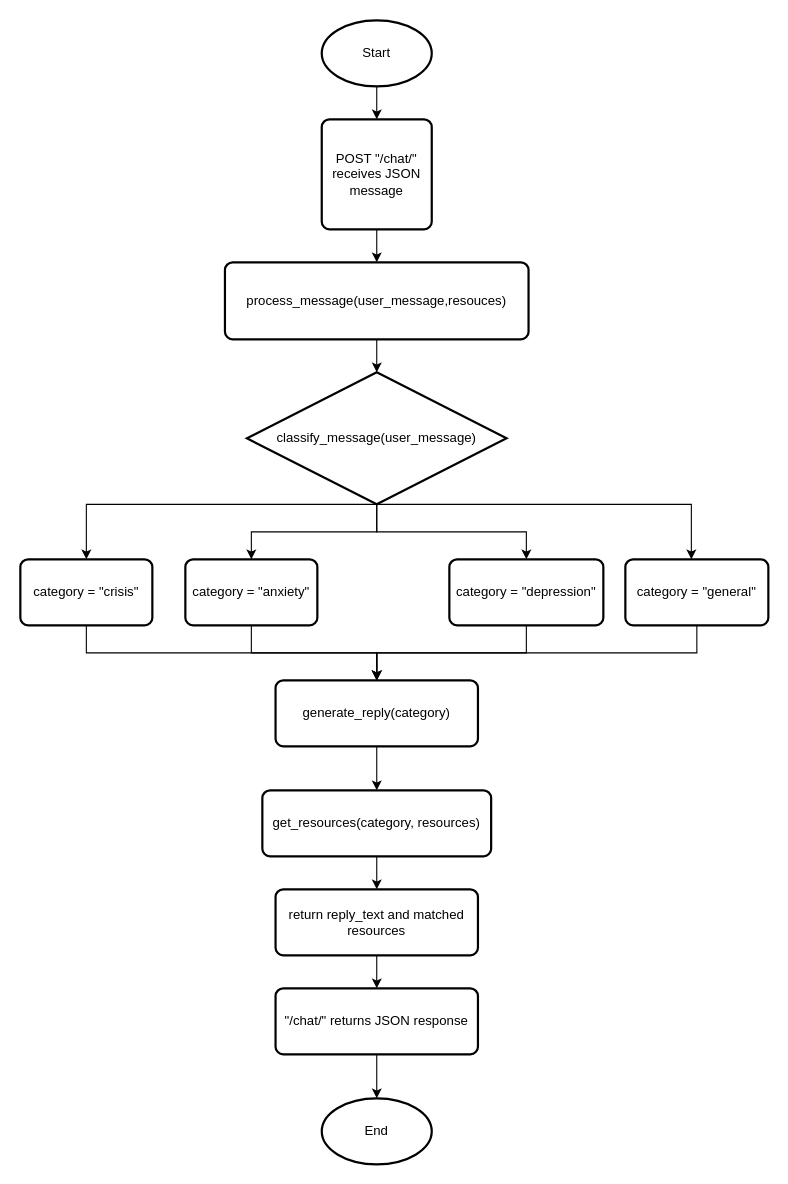
The draw.io diagram NEA Flowchart Chat Bot Subprocedure.drawio in bluu2th/compsci-NEA, before the edit. Source tidied: cells renumbered, new cells numbered last; positions are measured from the earlier drawing's top-left corner, leaving out a move shared by most shapes. Both pictures are drawn from the tidied source at 110%, with x=0, y=0 at pixel (20, 20).
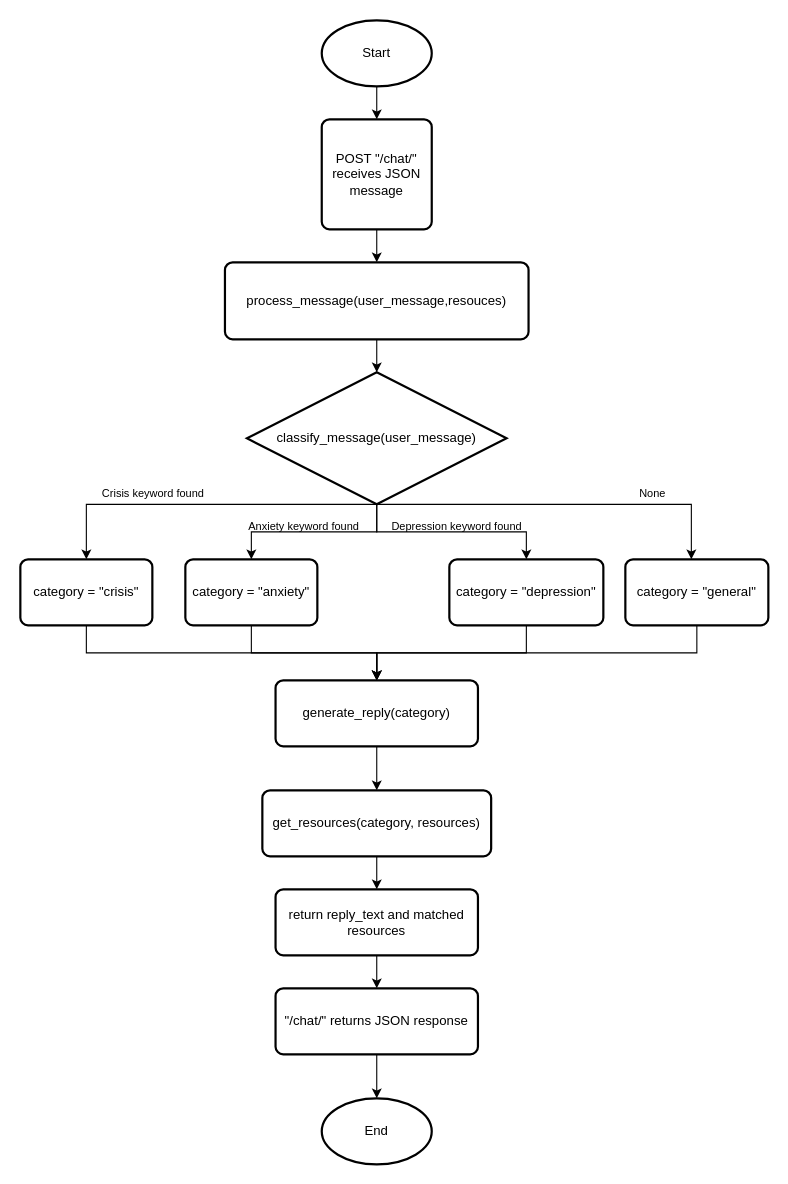
After the change.

Change to the diagram source:
```diff
@@
+    <mxCell id="30" value="&lt;font style=&quot;font-size: 10px;&quot;&gt;Crisis keyword found&lt;/font&gt;" style="text;html=1;whiteSpace=wrap;strokeColor=none;fillColor=none;align=center;verticalAlign=middle;rounded=0;" parent="1" vertex="1">
+      <mxGeometry x="56" y="420" width="130" height="20" as="geometry" />
+    </mxCell>
+    <mxCell id="31" value="&lt;font style=&quot;font-size: 10px;&quot;&gt;Anxiety keyword found&lt;/font&gt;" style="text;html=1;whiteSpace=wrap;strokeColor=none;fillColor=none;align=center;verticalAlign=middle;rounded=0;" parent="1" vertex="1">
+      <mxGeometry x="193" y="450" width="130" height="20" as="geometry" />
+    </mxCell>
+    <mxCell id="32" value="&lt;font style=&quot;font-size: 10px;&quot;&gt;Depression keyword found&lt;/font&gt;" style="text;html=1;whiteSpace=wrap;strokeColor=none;fillColor=none;align=center;verticalAlign=middle;rounded=0;" parent="1" vertex="1">
+      <mxGeometry x="332" y="450" width="130" height="20" as="geometry" />
+    </mxCell>
+    <mxCell id="33" value="&lt;font style=&quot;font-size: 10px;&quot;&gt;None&lt;/font&gt;" style="text;html=1;whiteSpace=wrap;strokeColor=none;fillColor=none;align=center;verticalAlign=middle;rounded=0;" parent="1" vertex="1">
+      <mxGeometry x="510" y="420" width="130" height="20" as="geometry" />
+    </mxCell>
```
